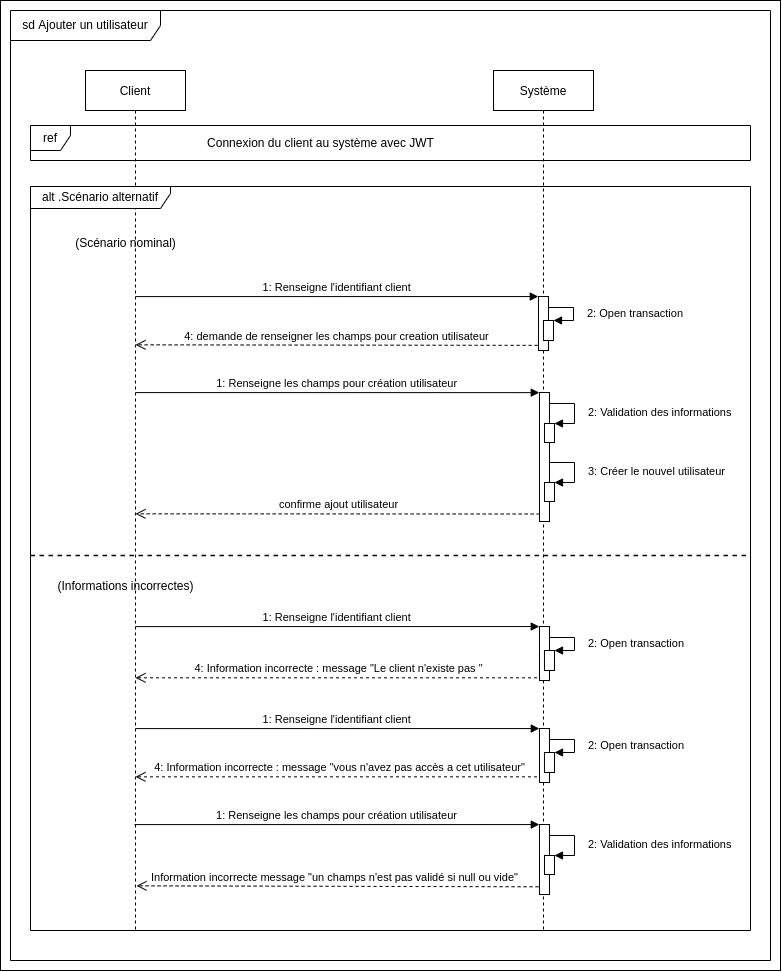
Before: conception/Diagramme UML/Diag-séquences/Diag séq Ajouter un utilisateur.png, a diagram exported from draw.io (laurent-66/API-BileMo). Source tidied: cells renumbered, new cells last; positions are measured from the earlier drawing's top-left corner, leaving out a move shared by most shapes.
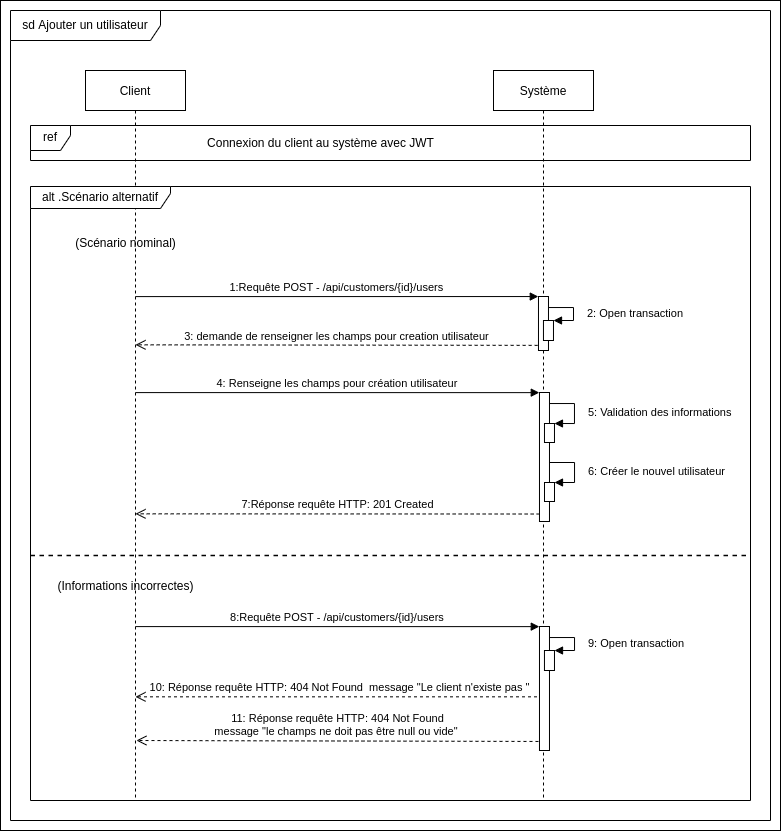
The same diagram one commit later.

The edit, as a diff of the source:
```diff
@@ -3,16 +3,16 @@
     <mxCell id="0" />
     <mxCell id="1" parent="0" />
     <mxCell id="2" style="rounded=0;whiteSpace=wrap;html=1;" parent="1" vertex="1">
-      <mxGeometry width="780" height="970" as="geometry" />
+      <mxGeometry width="780" height="830" as="geometry" />
     </mxCell>
     <mxCell id="3" value="Client" style="shape=umlLifeline;perimeter=lifelinePerimeter;rounded=0;shadow=0;strokeWidth=1;" parent="1" vertex="1">
-      <mxGeometry x="85" y="70" width="100" height="860" as="geometry" />
+      <mxGeometry x="85" y="70" width="100" height="730" as="geometry" />
     </mxCell>
     <mxCell id="4" value="Système" style="shape=umlLifeline;perimeter=lifelinePerimeter;rounded=0;shadow=0;strokeWidth=1;" parent="1" vertex="1">
-      <mxGeometry x="493" y="70" width="100" height="860" as="geometry" />
+      <mxGeometry x="493" y="70" width="100" height="730" as="geometry" />
     </mxCell>
     <mxCell id="5" value="alt .Scénario alternatif" style="shape=umlFrame;whiteSpace=wrap;html=1;width=140;height=22;" parent="1" vertex="1">
-      <mxGeometry x="30" y="186" width="720" height="744" as="geometry" />
+      <mxGeometry x="30" y="186" width="720" height="614" as="geometry" />
     </mxCell>
     <mxCell id="6" value="(Scénario nominal)" style="text;html=1;align=center;verticalAlign=middle;strokeColor=none;fillColor=none;" parent="1" vertex="1">
       <mxGeometry x="65" y="228" width="120" height="30" as="geometry" />
@@ -27,7 +27,7 @@
       </mxGeometry>
     </mxCell>
     <mxCell id="9" value="sd Ajouter un utilisateur" style="shape=umlFrame;whiteSpace=wrap;html=1;width=150;height=30;" parent="1" vertex="1">
-      <mxGeometry x="10" y="10" width="760" height="950" as="geometry" />
+      <mxGeometry x="10" y="10" width="760" height="810" as="geometry" />
     </mxCell>
     <mxCell id="10" style="points=[];perimeter=orthogonalPerimeter;rounded=0;shadow=0;strokeWidth=1;" parent="1" vertex="1">
       <mxGeometry x="539" y="392" width="10" height="129" as="geometry" />
@@ -35,7 +35,7 @@
     <mxCell id="11" style="html=1;points=[];perimeter=orthogonalPerimeter;" parent="1" vertex="1">
       <mxGeometry x="544" y="423" width="10" height="19" as="geometry" />
     </mxCell>
-    <mxCell id="12" value="2: Validation des informations" style="edgeStyle=orthogonalEdgeStyle;html=1;align=left;spacingLeft=2;endArrow=block;rounded=0;entryX=1;entryY=0;" parent="1" edge="1" source="10" target="11">
+    <mxCell id="12" value="5: Validation des informations" style="edgeStyle=orthogonalEdgeStyle;html=1;align=left;spacingLeft=2;endArrow=block;rounded=0;entryX=1;entryY=0;" parent="1" edge="1" source="10" target="11">
       <mxGeometry x="0.06" y="10" relative="1" as="geometry">
         <Array as="points">
           <mxPoint x="574" y="403" />
@@ -43,12 +43,12 @@
         </Array>
       </mxGeometry>
     </mxCell>
-    <mxCell id="13" value="1: Renseigne les champs pour création utilisateur" style="verticalAlign=bottom;endArrow=block;shadow=0;strokeWidth=1;entryX=-0.02;entryY=0.001;entryDx=0;entryDy=0;entryPerimeter=0;" parent="1" edge="1" target="10">
+    <mxCell id="13" value="4: Renseigne les champs pour création utilisateur" style="verticalAlign=bottom;endArrow=block;shadow=0;strokeWidth=1;entryX=-0.02;entryY=0.001;entryDx=0;entryDy=0;entryPerimeter=0;" parent="1" edge="1" target="10">
       <mxGeometry relative="1" as="geometry">
         <mxPoint x="135" y="392.1" as="sourcePoint" />
       </mxGeometry>
     </mxCell>
-    <mxCell id="14" value="confirme ajout utilisateur" style="html=1;verticalAlign=bottom;endArrow=open;dashed=1;endSize=8;rounded=0;exitX=0.019;exitY=0.942;exitDx=0;exitDy=0;exitPerimeter=0;" parent="1" edge="1" source="10">
+    <mxCell id="14" value="7:Réponse requête HTTP: 201 Created" style="html=1;verticalAlign=bottom;endArrow=open;dashed=1;endSize=8;rounded=0;exitX=0.019;exitY=0.942;exitDx=0;exitDy=0;exitPerimeter=0;" parent="1" edge="1" source="10">
       <mxGeometry relative="1" as="geometry">
         <mxPoint x="135" y="513.3" as="targetPoint" />
       </mxGeometry>
@@ -56,7 +56,7 @@
     <mxCell id="15" style="html=1;points=[];perimeter=orthogonalPerimeter;" parent="1" vertex="1">
       <mxGeometry x="544" y="482" width="10" height="19" as="geometry" />
     </mxCell>
-    <mxCell id="16" value="3: Créer le nouvel utilisateur" style="edgeStyle=orthogonalEdgeStyle;html=1;align=left;spacingLeft=2;endArrow=block;rounded=0;entryX=1;entryY=0;" parent="1" edge="1" target="15">
+    <mxCell id="16" value="6: Créer le nouvel utilisateur" style="edgeStyle=orthogonalEdgeStyle;html=1;align=left;spacingLeft=2;endArrow=block;rounded=0;entryX=1;entryY=0;" parent="1" edge="1" target="15">
       <mxGeometry x="0.06" y="10" relative="1" as="geometry">
         <mxPoint x="549" y="462" as="sourcePoint" />
         <Array as="points">
@@ -80,12 +80,12 @@
         </Array>
       </mxGeometry>
     </mxCell>
-    <mxCell id="20" value="1: Renseigne l'identifiant client" style="verticalAlign=bottom;endArrow=block;shadow=0;strokeWidth=1;entryX=-0.02;entryY=0.001;entryDx=0;entryDy=0;entryPerimeter=0;" parent="1" edge="1" target="22">
+    <mxCell id="20" value="1:Requête POST - /api/customers/{id}/users" style="verticalAlign=bottom;endArrow=block;shadow=0;strokeWidth=1;entryX=-0.02;entryY=0.001;entryDx=0;entryDy=0;entryPerimeter=0;" parent="1" edge="1" target="22">
       <mxGeometry relative="1" as="geometry">
         <mxPoint x="135" y="296.1" as="sourcePoint" />
       </mxGeometry>
     </mxCell>
-    <mxCell id="21" value="4: demande de renseigner les champs pour creation utilisateur" style="html=1;verticalAlign=bottom;endArrow=open;dashed=1;endSize=8;rounded=0;exitX=-0.084;exitY=0.905;exitDx=0;exitDy=0;exitPerimeter=0;" parent="1" edge="1" source="22">
+    <mxCell id="21" value="3: demande de renseigner les champs pour creation utilisateur" style="html=1;verticalAlign=bottom;endArrow=open;dashed=1;endSize=8;rounded=0;exitX=-0.084;exitY=0.905;exitDx=0;exitDy=0;exitPerimeter=0;" parent="1" edge="1" source="22">
       <mxGeometry relative="1" as="geometry">
         <mxPoint x="135" y="344.3" as="targetPoint" />
       </mxGeometry>
@@ -96,7 +96,7 @@
     <mxCell id="23" style="html=1;perimeter=orthogonalPerimeter;" parent="1" vertex="1">
       <mxGeometry x="543" y="320" width="10" height="20" as="geometry" />
     </mxCell>
-    <mxCell id="24" value="2: Open transaction" style="edgeStyle=orthogonalEdgeStyle;html=1;align=left;spacingLeft=2;endArrow=block;rounded=0;entryX=1;entryY=0;" parent="1" edge="1" source="27">
+    <mxCell id="24" value="9: Open transaction" style="edgeStyle=orthogonalEdgeStyle;html=1;align=left;spacingLeft=2;endArrow=block;rounded=0;entryX=1;entryY=0;" parent="1" edge="1" source="27">
       <mxGeometry x="0.06" y="10" relative="1" as="geometry">
         <mxPoint x="554" y="650" as="targetPoint" />
         <Array as="points">
@@ -105,72 +105,27 @@
         </Array>
       </mxGeometry>
     </mxCell>
-    <mxCell id="25" value="1: Renseigne l'identifiant client" style="verticalAlign=bottom;endArrow=block;shadow=0;strokeWidth=1;entryX=-0.02;entryY=0.001;entryDx=0;entryDy=0;entryPerimeter=0;" parent="1" edge="1" target="27">
+    <mxCell id="25" value="8:Requête POST - /api/customers/{id}/users" style="verticalAlign=bottom;endArrow=block;shadow=0;strokeWidth=1;entryX=-0.02;entryY=0.001;entryDx=0;entryDy=0;entryPerimeter=0;" parent="1" edge="1" target="27">
       <mxGeometry relative="1" as="geometry">
         <mxPoint x="135" y="626.1" as="sourcePoint" />
       </mxGeometry>
     </mxCell>
-    <mxCell id="26" value="4: Information incorrecte : message &quot;Le client n'existe pas &quot;" style="html=1;verticalAlign=bottom;endArrow=open;dashed=1;endSize=8;rounded=0;" parent="1" edge="1">
+    <mxCell id="26" value="10: Réponse requête HTTP: 404 Not Found&amp;nbsp; message &quot;Le client n'existe pas &quot;" style="html=1;verticalAlign=bottom;endArrow=open;dashed=1;endSize=8;rounded=0;" parent="1" edge="1">
       <mxGeometry relative="1" as="geometry">
-        <mxPoint x="542.5" y="677.3" as="sourcePoint" />
-        <mxPoint x="135" y="677.3" as="targetPoint" />
+        <mxPoint x="542.5" y="696.3" as="sourcePoint" />
+        <mxPoint x="135" y="696.3" as="targetPoint" />
       </mxGeometry>
     </mxCell>
     <mxCell id="27" style="points=[];perimeter=orthogonalPerimeter;rounded=0;shadow=0;strokeWidth=1;" parent="1" vertex="1">
-      <mxGeometry x="539" y="626" width="10" height="54" as="geometry" />
+      <mxGeometry x="539" y="626" width="10" height="124" as="geometry" />
     </mxCell>
     <mxCell id="28" style="html=1;perimeter=orthogonalPerimeter;" parent="1" vertex="1">
       <mxGeometry x="544" y="650" width="10" height="20" as="geometry" />
     </mxCell>
-    <mxCell id="29" value="2: Open transaction" style="edgeStyle=orthogonalEdgeStyle;html=1;align=left;spacingLeft=2;endArrow=block;rounded=0;entryX=1;entryY=0;" parent="1" edge="1" source="32">
-      <mxGeometry x="0.06" y="10" relative="1" as="geometry">
-        <mxPoint x="554" y="752" as="targetPoint" />
-        <Array as="points">
-          <mxPoint x="574" y="739" />
-          <mxPoint x="574" y="752" />
-        </Array>
-      </mxGeometry>
-    </mxCell>
-    <mxCell id="30" value="1: Renseigne l'identifiant client" style="verticalAlign=bottom;endArrow=block;shadow=0;strokeWidth=1;entryX=-0.02;entryY=0.001;entryDx=0;entryDy=0;entryPerimeter=0;" parent="1" edge="1" target="32">
-      <mxGeometry relative="1" as="geometry">
-        <mxPoint x="135" y="728.1" as="sourcePoint" />
-      </mxGeometry>
-    </mxCell>
-    <mxCell id="31" value="4: Information incorrecte : message &quot;vous n'avez pas accès a cet utilisateur&quot;" style="html=1;verticalAlign=bottom;endArrow=open;dashed=1;endSize=8;rounded=0;" parent="1" edge="1">
-      <mxGeometry relative="1" as="geometry">
-        <mxPoint x="542.5" y="776.3" as="sourcePoint" />
-        <mxPoint x="135" y="776.3" as="targetPoint" />
-      </mxGeometry>
-    </mxCell>
-    <mxCell id="32" style="points=[];perimeter=orthogonalPerimeter;rounded=0;shadow=0;strokeWidth=1;" parent="1" vertex="1">
-      <mxGeometry x="539" y="728" width="10" height="54" as="geometry" />
-    </mxCell>
-    <mxCell id="33" style="html=1;perimeter=orthogonalPerimeter;" parent="1" vertex="1">
-      <mxGeometry x="544" y="752" width="10" height="20" as="geometry" />
-    </mxCell>
-    <mxCell id="34" style="points=[];perimeter=orthogonalPerimeter;rounded=0;shadow=0;strokeWidth=1;" parent="1" vertex="1">
-      <mxGeometry x="539" y="824" width="10" height="70" as="geometry" />
-    </mxCell>
-    <mxCell id="35" style="html=1;points=[];perimeter=orthogonalPerimeter;" parent="1" vertex="1">
-      <mxGeometry x="544" y="855" width="10" height="19" as="geometry" />
-    </mxCell>
-    <mxCell id="36" value="2: Validation des informations" style="edgeStyle=orthogonalEdgeStyle;html=1;align=left;spacingLeft=2;endArrow=block;rounded=0;entryX=1;entryY=0;" parent="1" edge="1" source="34" target="35">
-      <mxGeometry x="0.06" y="10" relative="1" as="geometry">
-        <Array as="points">
-          <mxPoint x="574" y="835" />
-          <mxPoint x="574" y="855" />
-        </Array>
-      </mxGeometry>
-    </mxCell>
-    <mxCell id="37" value="1: Renseigne les champs pour création utilisateur" style="verticalAlign=bottom;endArrow=block;shadow=0;strokeWidth=1;entryX=-0.02;entryY=0.001;entryDx=0;entryDy=0;entryPerimeter=0;" parent="1" edge="1" target="34">
-      <mxGeometry relative="1" as="geometry">
-        <mxPoint x="134" y="824.1" as="sourcePoint" />
-      </mxGeometry>
-    </mxCell>
-    <mxCell id="38" value="Information incorrecte message &quot;un champs n'est pas validé si null ou vide&quot;&amp;nbsp;&amp;nbsp;" style="html=1;verticalAlign=bottom;endArrow=open;dashed=1;endSize=8;rounded=0;exitX=-0.092;exitY=0.948;exitDx=0;exitDy=0;exitPerimeter=0;" parent="1" edge="1">
+    <mxCell id="38" value="11: Réponse requête HTTP: 404 Not Found&lt;br&gt;&amp;nbsp;message &quot;le champs ne doit pas être null ou vide&quot;&amp;nbsp;&amp;nbsp;" style="html=1;verticalAlign=bottom;endArrow=open;dashed=1;endSize=8;rounded=0;exitX=-0.092;exitY=0.948;exitDx=0;exitDy=0;exitPerimeter=0;" parent="1" edge="1">
       <mxGeometry relative="1" as="geometry">
-        <mxPoint x="538.1" y="886.3" as="sourcePoint" />
-        <mxPoint x="136" y="885.3" as="targetPoint" />
+        <mxPoint x="538" y="741" as="sourcePoint" />
+        <mxPoint x="135.9" y="740" as="targetPoint" />
       </mxGeometry>
     </mxCell>
   </root>
```
